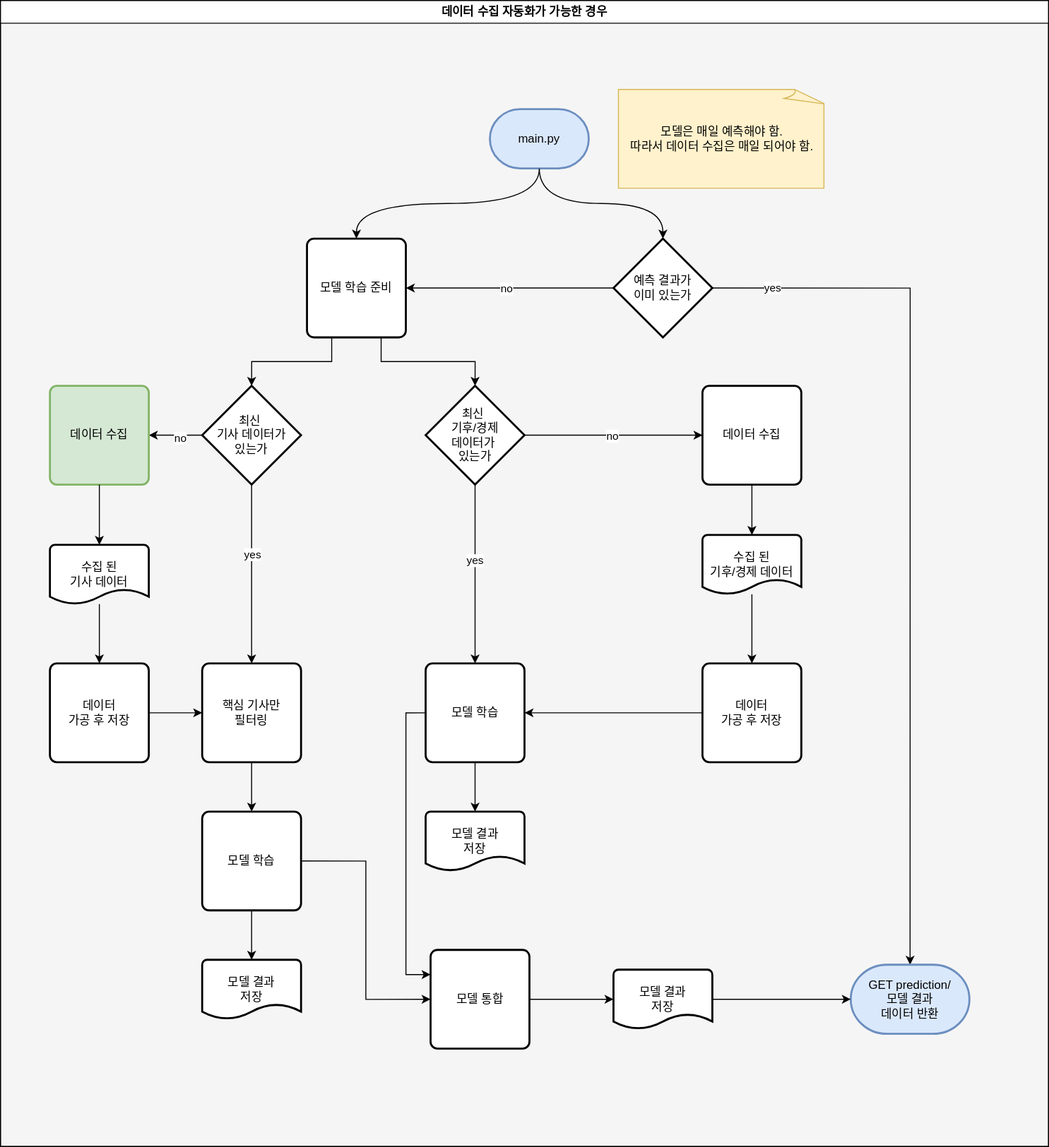
Before: docs/server-flowchart.drawio.svg, a diagram exported from draw.io (MJU-Capstone-2025/model-server). Source tidied: cells renumbered, new cells last; positions are measured from the earlier drawing's top-left corner, leaving out a move shared by most shapes.
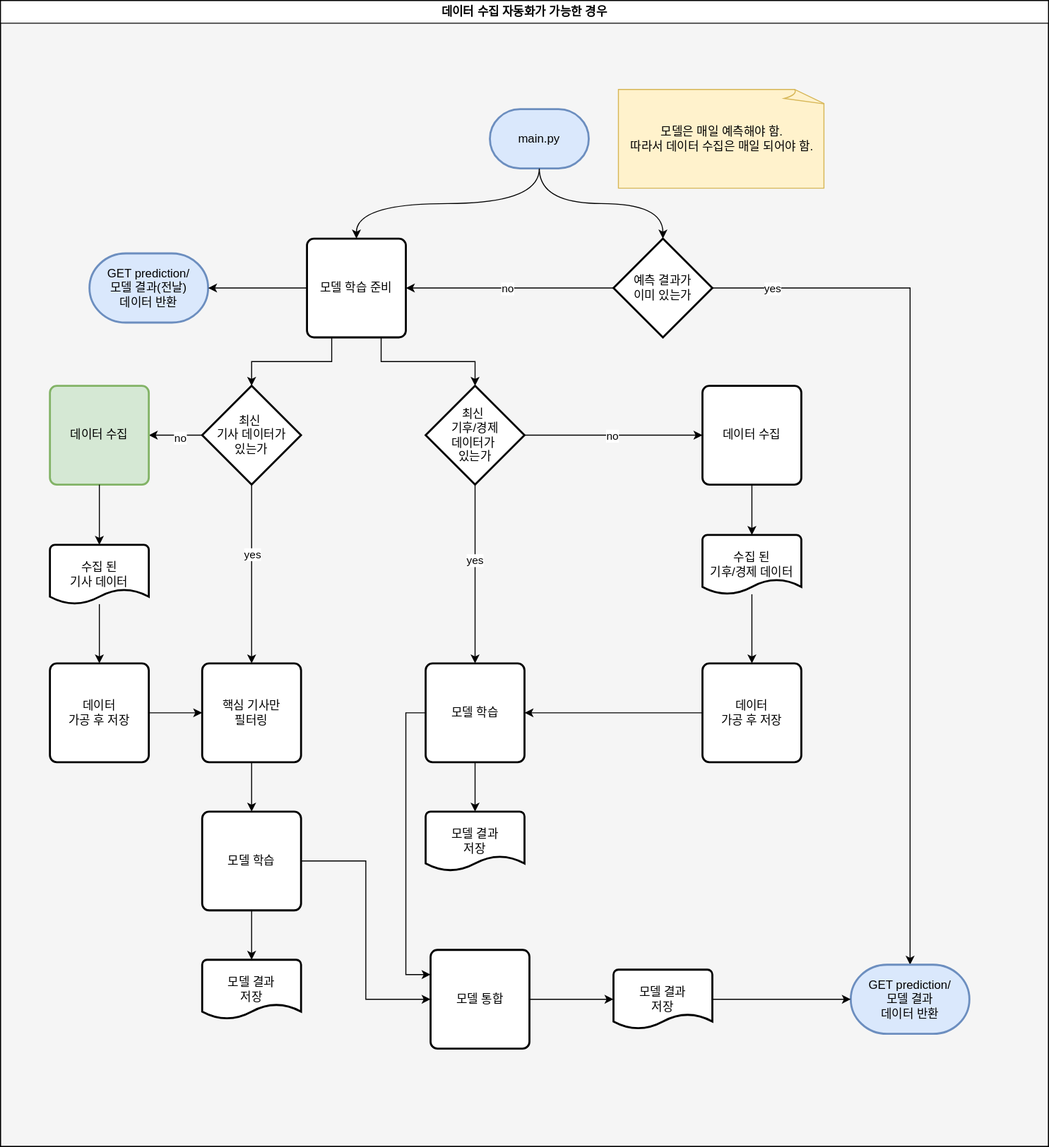
Later version of the same file.

Commit message:
DOCS: 최신 학습 데이터 없을 경우

The edit, as a diff of the source:
```diff
@@ -163,5 +163,11 @@
     <mxCell id="52" style="edgeStyle=orthogonalEdgeStyle;rounded=0;jettySize=auto;html=1;exitX=0;exitY=0.5;exitDx=0;exitDy=0;entryX=0;entryY=0.25;entryDx=0;entryDy=0;" parent="3" edge="1" source="44" target="50">
       <mxGeometry relative="1" as="geometry" />
     </mxCell>
+    <mxCell id="53" value="&lt;div&gt;GET prediction/&lt;/div&gt;모델 결과(전날)&lt;div&gt;데이터 반환&lt;/div&gt;" style="strokeWidth=2;html=1;shape=mxgraph.flowchart.terminator;whiteSpace=wrap;fillColor=#dae8fc;strokeColor=#6c8ebf;" parent="3" vertex="1">
+      <mxGeometry x="90" y="256" width="120" height="70" as="geometry" />
+    </mxCell>
+    <mxCell id="54" style="edgeStyle=orthogonalEdgeStyle;rounded=0;jettySize=auto;html=1;exitX=0;exitY=0.5;exitDx=0;exitDy=0;entryX=1;entryY=0.5;entryDx=0;entryDy=0;entryPerimeter=0;" parent="3" edge="1" source="13" target="53">
+      <mxGeometry relative="1" as="geometry" />
+    </mxCell>
   </root>
 </mxGraphModel>
```
